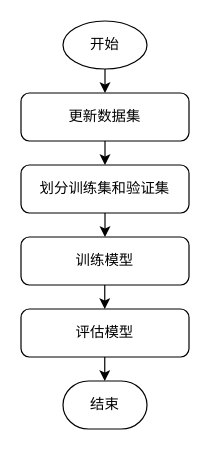
The draw.io diagram LSTM process.drawio in wang2gua/test, before the edit. Source tidied: cells renumbered, new cells numbered last; positions are measured from the earlier drawing's top-left corner, leaving out a move shared by most shapes. Both pictures are drawn from the tidied source at 120%, with x=0, y=0 at pixel (20, 20).
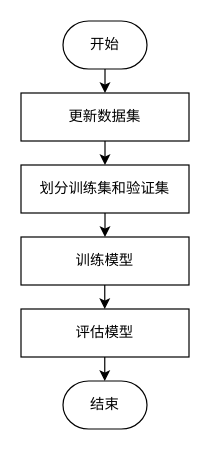
The same page after the edit.

Diff of the diagram source:
```diff
@@
 <mxGraphModel>
   <root>
     <mxCell id="0" />
     <mxCell id="1" parent="0" />
-    <mxCell id="2" style="edgeStyle=orthogonalEdgeStyle;rounded=0;jettySize=auto;html=1;exitX=0.5;exitY=1;exitDx=0;exitDy=0;exitPerimeter=0;" parent="1" edge="1" source="3">
+    <mxCell id="2" style="edgeStyle=orthogonalEdgeStyle;rounded=0;orthogonalLoop=1;jettySize=auto;html=1;exitX=0.5;exitY=1;exitDx=0;exitDy=0;exitPerimeter=0;" parent="1" edge="1">
       <mxGeometry relative="1" as="geometry">
+        <mxPoint x="70" y="40" as="sourcePoint" />
         <mxPoint x="70" y="60" as="targetPoint" />
       </mxGeometry>
     </mxCell>
-    <mxCell id="3" value="开始" style="strokeWidth=1;html=1;shape=mxgraph.flowchart.start_1;whiteSpace=wrap;" parent="1" vertex="1">
-      <mxGeometry x="35" width="70" height="40" as="geometry" />
-    </mxCell>
     <mxCell id="4" value="结束" style="strokeWidth=1;html=1;shape=mxgraph.flowchart.terminator;whiteSpace=wrap;" parent="1" vertex="1">
       <mxGeometry x="35" y="300" width="70" height="40" as="geometry" />
     </mxCell>
     <mxCell id="5" style="edgeStyle=orthogonalEdgeStyle;rounded=0;jettySize=auto;html=1;exitX=0.5;exitY=1;exitDx=0;exitDy=0;entryX=0.5;entryY=0;entryDx=0;entryDy=0;" parent="1" edge="1" source="6" target="8">
       <mxGeometry relative="1" as="geometry" />
     </mxCell>
-    <mxCell id="6" value="更新数据集" style="rounded=1;whiteSpace=wrap;html=1;absoluteArcSize=1;arcSize=14;strokeWidth=1;" parent="1" vertex="1">
+    <mxCell id="6" value="更新数据集" style="rounded=0;whiteSpace=wrap;html=1;absoluteArcSize=1;arcSize=14;strokeWidth=1;" parent="1" vertex="1">
       <mxGeometry y="60" width="140" height="40" as="geometry" />
     </mxCell>
     <mxCell id="7" style="edgeStyle=orthogonalEdgeStyle;rounded=0;jettySize=auto;html=1;exitX=0.5;exitY=1;exitDx=0;exitDy=0;entryX=0.5;entryY=0;entryDx=0;entryDy=0;" parent="1" edge="1" source="8" target="9">
       <mxGeometry relative="1" as="geometry" />
     </mxCell>
-    <mxCell id="8" value="划分训练集和验证集" style="rounded=1;whiteSpace=wrap;html=1;absoluteArcSize=1;arcSize=14;strokeWidth=1;" parent="1" vertex="1">
+    <mxCell id="8" value="划分训练集和验证集" style="rounded=0;whiteSpace=wrap;html=1;absoluteArcSize=1;arcSize=14;strokeWidth=1;" parent="1" vertex="1">
       <mxGeometry y="120" width="140" height="40" as="geometry" />
     </mxCell>
-    <mxCell id="9" value="训练模型" style="rounded=1;whiteSpace=wrap;html=1;absoluteArcSize=1;arcSize=14;strokeWidth=1;" parent="1" vertex="1">
+    <mxCell id="9" value="训练模型" style="rounded=0;whiteSpace=wrap;html=1;absoluteArcSize=1;arcSize=14;strokeWidth=1;" parent="1" vertex="1">
       <mxGeometry y="180" width="140" height="40" as="geometry" />
     </mxCell>
-    <mxCell id="10" value="评估模型" style="rounded=1;whiteSpace=wrap;html=1;absoluteArcSize=1;arcSize=14;strokeWidth=1;" parent="1" vertex="1">
+    <mxCell id="10" value="评估模型" style="rounded=0;whiteSpace=wrap;html=1;absoluteArcSize=1;arcSize=14;strokeWidth=1;" parent="1" vertex="1">
       <mxGeometry y="240" width="140" height="40" as="geometry" />
     </mxCell>
     <mxCell id="11" style="edgeStyle=orthogonalEdgeStyle;rounded=0;orthogonalLoop=1;jettySize=auto;html=1;exitX=0.5;exitY=1;exitDx=0;exitDy=0;" parent="1" edge="1">
       <mxGeometry relative="1" as="geometry">
         <mxPoint x="69.8" y="280" as="sourcePoint" />
         <mxPoint x="69.8" y="300" as="targetPoint" />
       </mxGeometry>
     </mxCell>
     <mxCell id="12" style="edgeStyle=orthogonalEdgeStyle;rounded=0;orthogonalLoop=1;jettySize=auto;html=1;exitX=0.5;exitY=1;exitDx=0;exitDy=0;" parent="1" edge="1">
       <mxGeometry relative="1" as="geometry">
         <mxPoint x="69.8" y="220" as="sourcePoint" />
         <mxPoint x="69.8" y="240" as="targetPoint" />
       </mxGeometry>
     </mxCell>
+    <mxCell id="3" value="开始" style="strokeWidth=1;html=1;shape=mxgraph.flowchart.terminator;whiteSpace=wrap;" parent="1" vertex="1">
+      <mxGeometry x="35" width="70" height="40" as="geometry" />
+    </mxCell>
   </root>
 </mxGraphModel>
```
